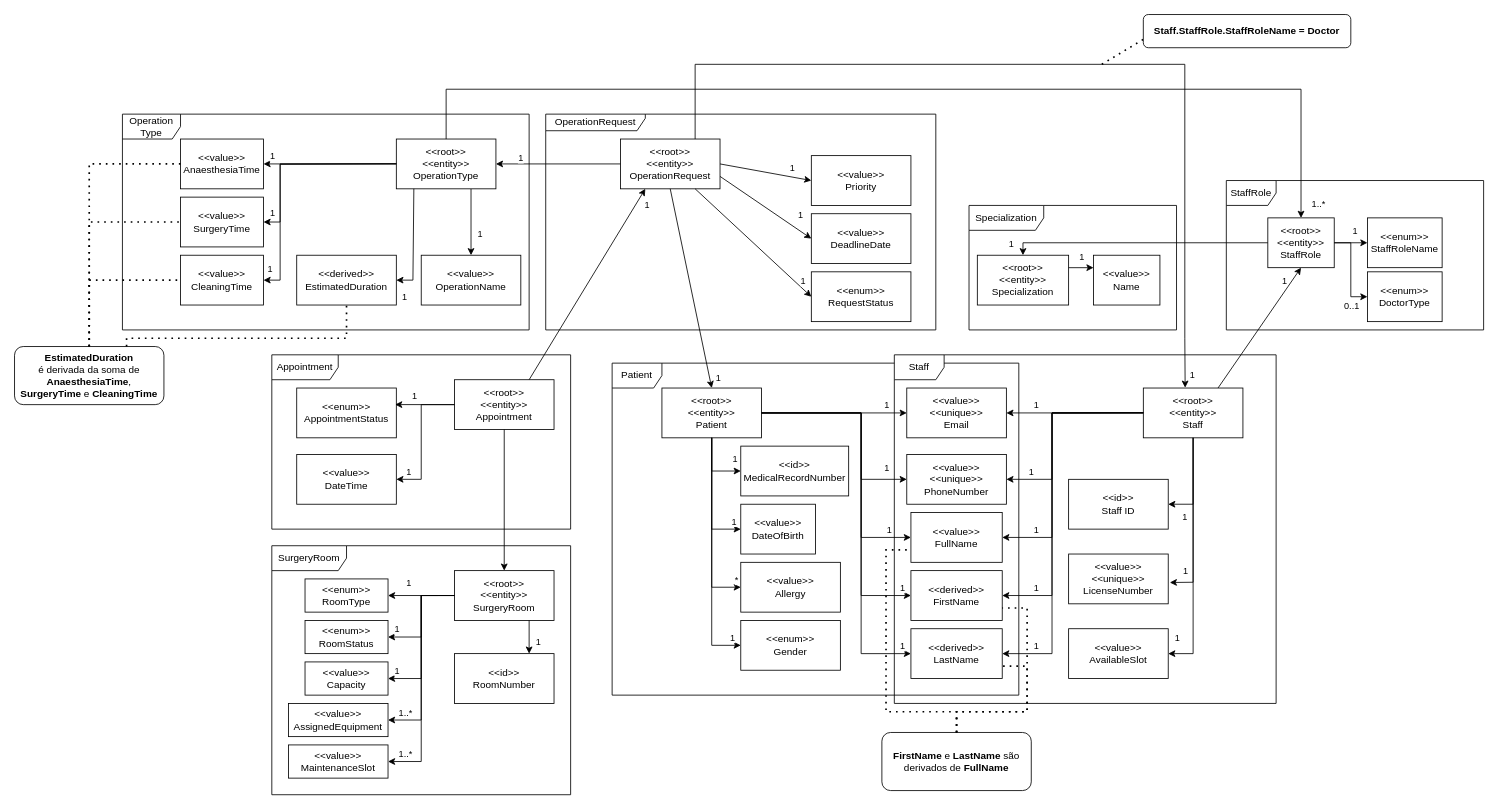
Above: docs/geral/domain_model/images/Modelo_Dominio.drawio in andredsferreira/p5sem-3dj-g59 (draw.io), before the change. Source tidied: cells renumbered, new cells numbered last; positions are measured from the earlier drawing's top-left corner, leaving out a move shared by most shapes. Both pictures are drawn from the tidied source at 83%, with x=0, y=0 at pixel (14, 14).
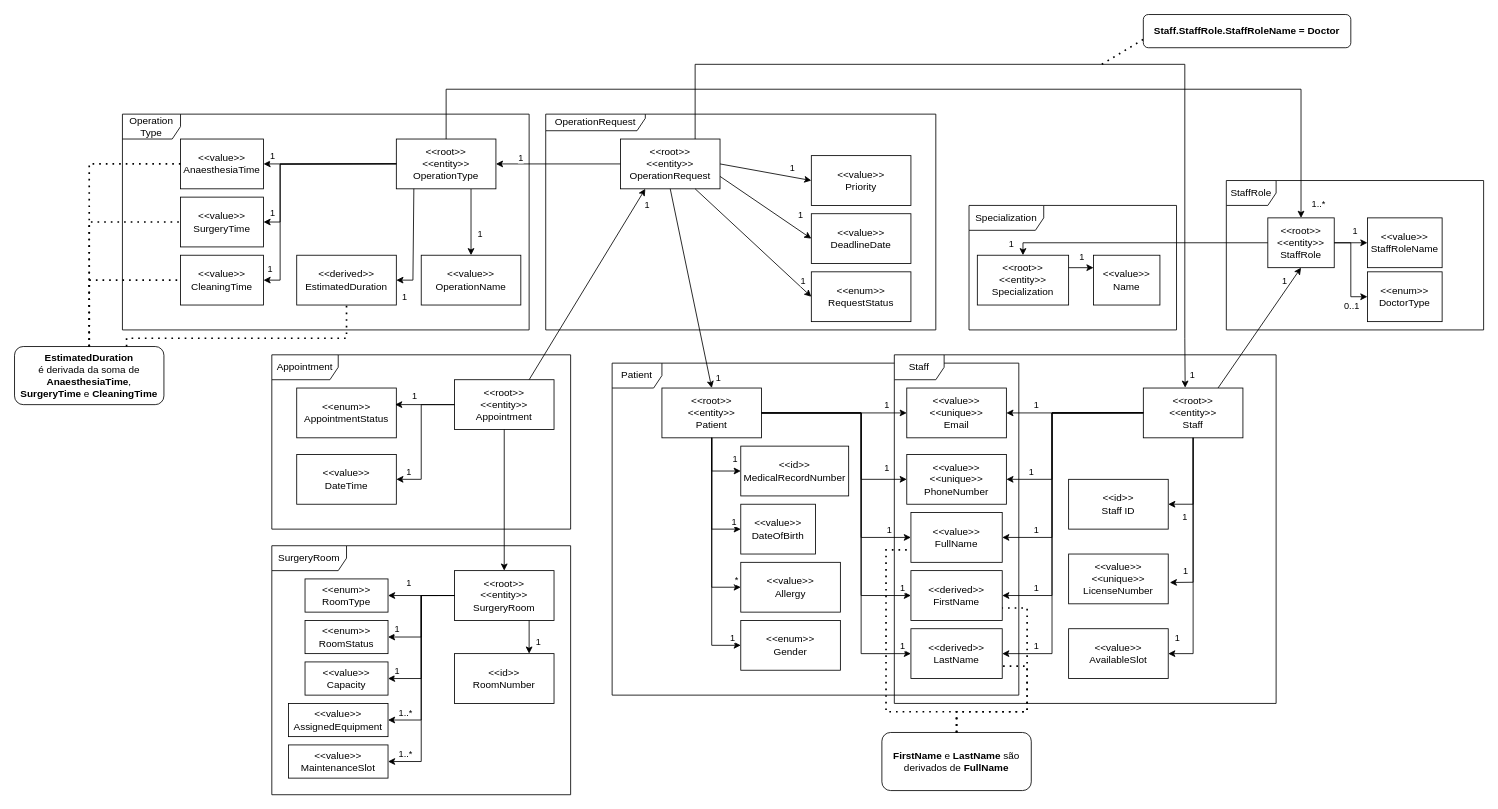
After the change.

Change to the diagram source:
```diff
@@
-    <mxCell id="91" value="&amp;lt;&amp;lt;enum&amp;gt;&amp;gt;&lt;div&gt;StaffRoleName&lt;/div&gt;" style="whiteSpace=wrap;html=1;" parent="1" vertex="1">
+    <mxCell id="91" value="&amp;lt;&amp;lt;value&amp;gt;&amp;gt;&lt;div&gt;StaffRoleName&lt;/div&gt;" style="whiteSpace=wrap;html=1;" parent="1" vertex="1">
       <mxGeometry x="1630" y="245" width="90" height="60" as="geometry" />
     </mxCell>
```
